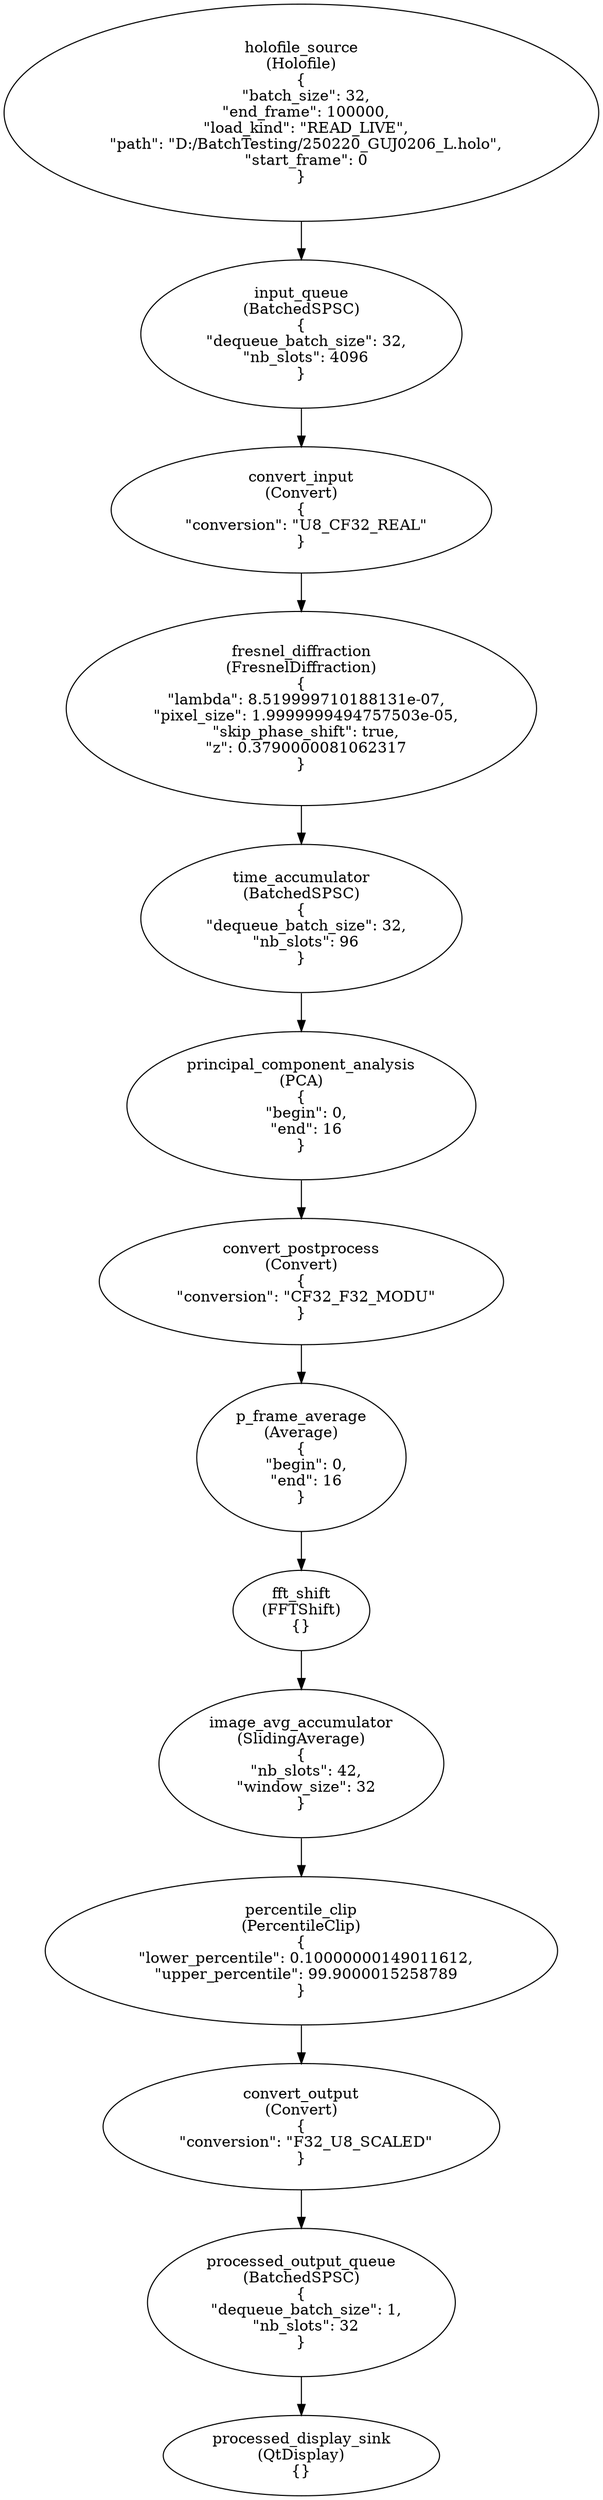
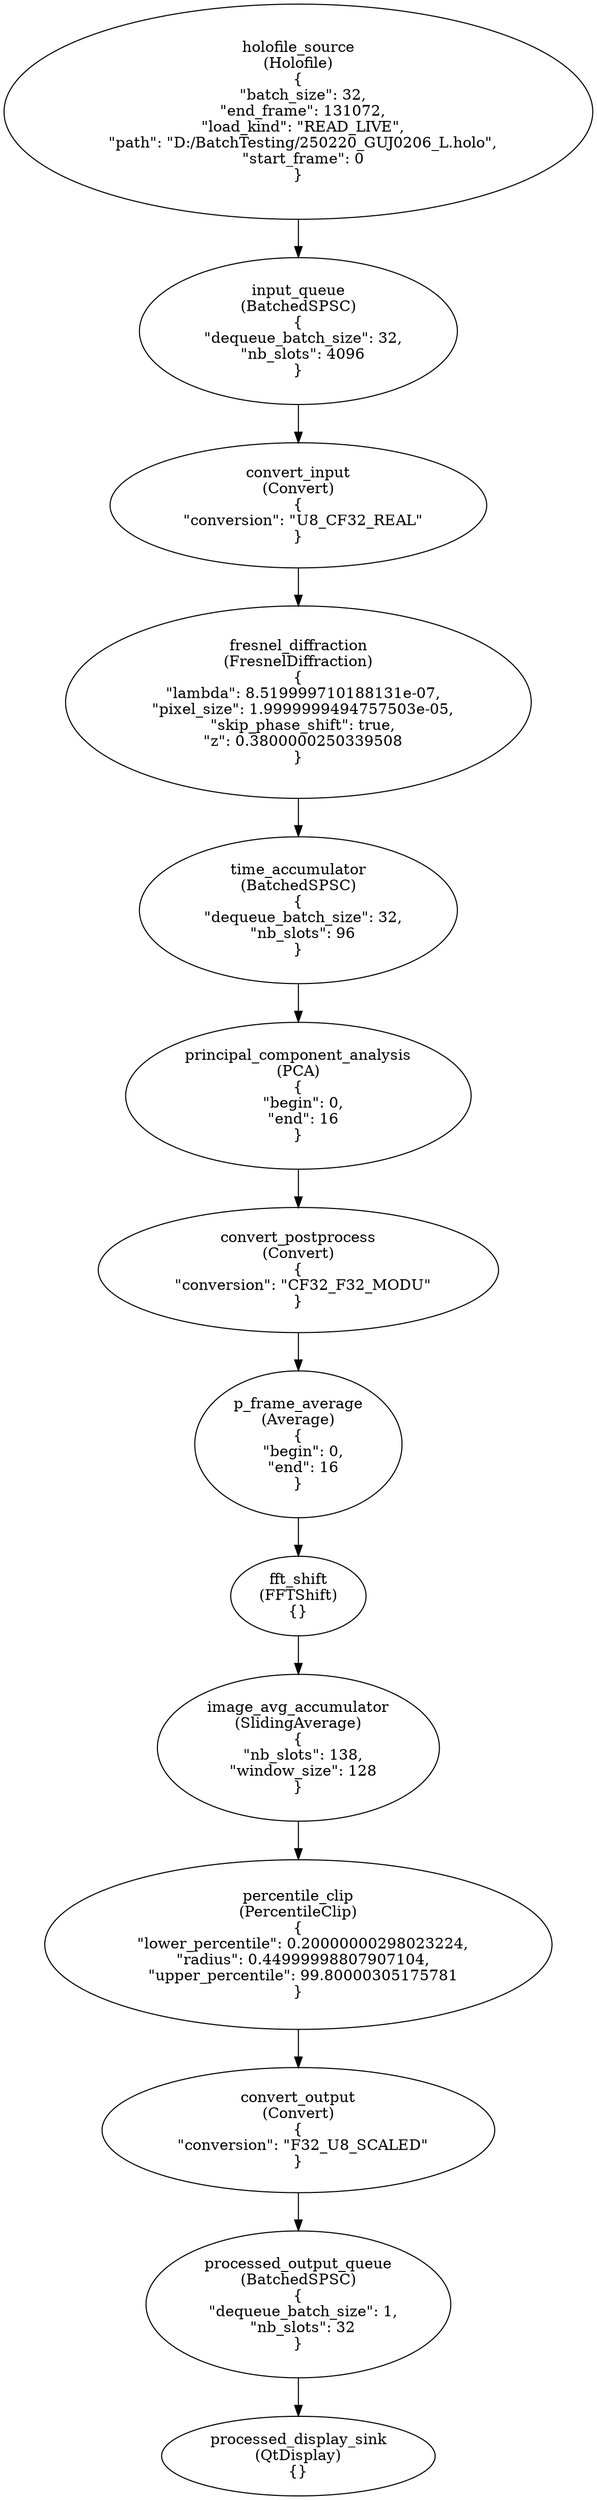
digraph G {
0[label="holofile_source\n(Holofile)\n{
  \"batch_size\": 32,
-   \"end_frame\": 100000,
+   \"end_frame\": 131072,
  \"load_kind\": \"READ_LIVE\",
  \"path\": \"D:/BatchTesting/250220_GUJ0206_L.holo\",
  \"start_frame\": 0
}"];
1[label="input_queue\n(BatchedSPSC)\n{
  \"dequeue_batch_size\": 32,
  \"nb_slots\": 4096
}"];
2[label="convert_input\n(Convert)\n{
  \"conversion\": \"U8_CF32_REAL\"
}"];
3[label="fresnel_diffraction\n(FresnelDiffraction)\n{
  \"lambda\": 8.519999710188131e-07,
  \"pixel_size\": 1.9999999494757503e-05,
  \"skip_phase_shift\": true,
-   \"z\": 0.3790000081062317
+   \"z\": 0.3800000250339508
}"];
4[label="time_accumulator\n(BatchedSPSC)\n{
  \"dequeue_batch_size\": 32,
  \"nb_slots\": 96
}"];
5[label="principal_component_analysis\n(PCA)\n{
  \"begin\": 0,
  \"end\": 16
}"];
6[label="convert_postprocess\n(Convert)\n{
  \"conversion\": \"CF32_F32_MODU\"
}"];
7[label="p_frame_average\n(Average)\n{
  \"begin\": 0,
  \"end\": 16
}"];
8[label="fft_shift\n(FFTShift)\n{}"];
9[label="image_avg_accumulator\n(SlidingAverage)\n{
-   \"nb_slots\": 42,
-   \"window_size\": 32
+   \"nb_slots\": 138,
+   \"window_size\": 128
}"];
10[label="percentile_clip\n(PercentileClip)\n{
-   \"lower_percentile\": 0.10000000149011612,
-   \"upper_percentile\": 99.9000015258789
+   \"lower_percentile\": 0.20000000298023224,
+   \"radius\": 0.44999998807907104,
+   \"upper_percentile\": 99.80000305175781
}"];
11[label="convert_output\n(Convert)\n{
  \"conversion\": \"F32_U8_SCALED\"
}"];
12[label="processed_output_queue\n(BatchedSPSC)\n{
  \"dequeue_batch_size\": 1,
  \"nb_slots\": 32
}"];
13[label="processed_display_sink\n(QtDisplay)\n{}"];
0->1 ;
1->2 ;
2->3 ;
3->4 ;
4->5 ;
5->6 ;
6->7 ;
7->8 ;
8->9 ;
9->10 ;
10->11 ;
11->12 ;
12->13 ;
}
